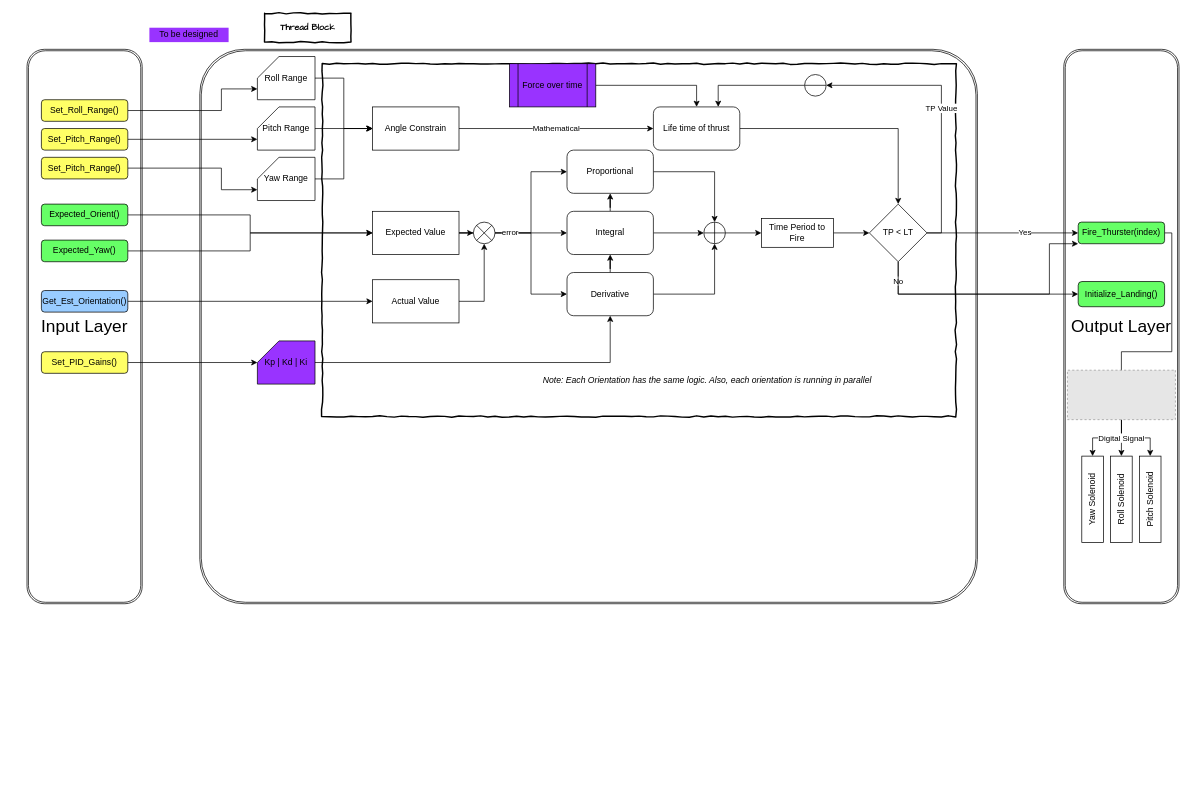
Above: page "ACS Controller Library" (4 of 7) of Documentation/Leapfrog_Architecture.drawio in antarikshnarain/ArtemisLeapFrog (draw.io), before the change. Source tidied: cells renumbered, new cells numbered last; positions are measured from the earlier drawing's top-left corner, leaving out a move shared by most shapes. Both pictures are drawn from the tidied source at 72%, with x=0, y=0 at pixel (27, 13). Pictures stored in the file or linked from it are replaced by grey dashed boxes.
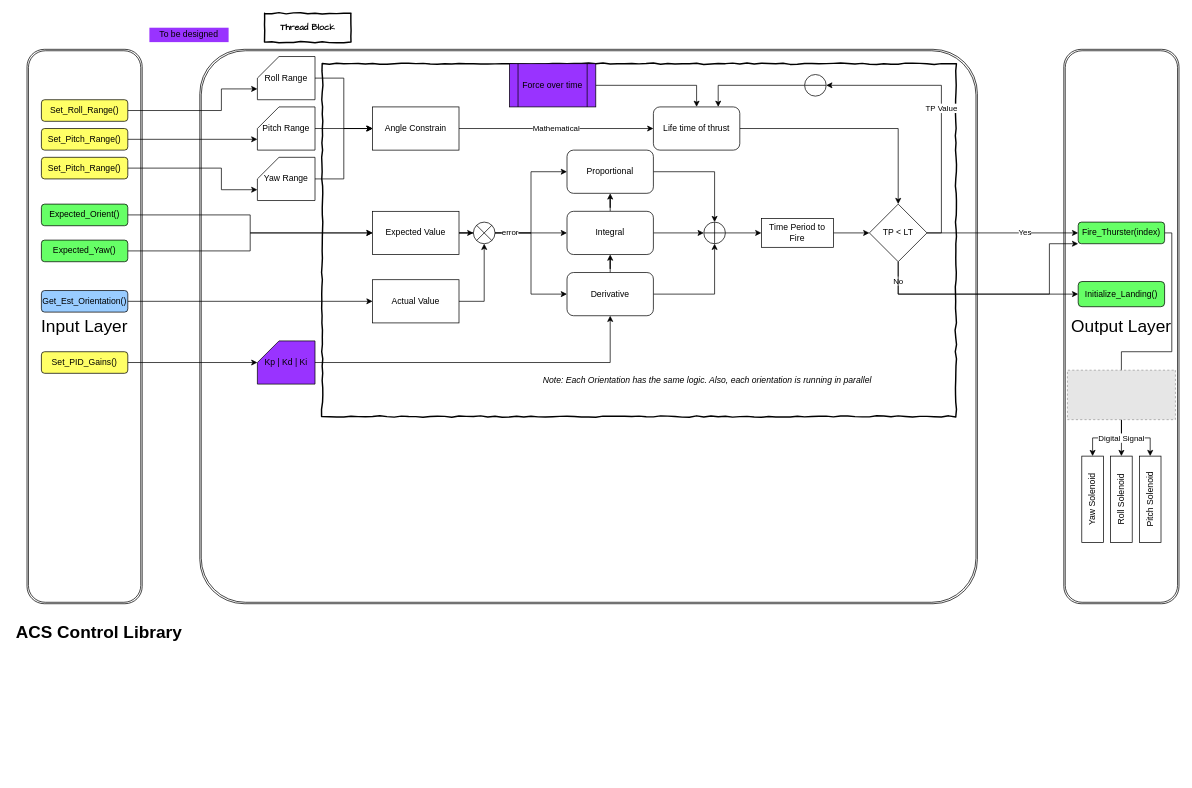
The same diagram, later.

The edit, as a diff of the source:
```diff
@@
+    <mxCell id="74" value="&lt;h1&gt;ACS Control Library&lt;/h1&gt;&lt;p&gt;&lt;/p&gt;" style="text;html=1;strokeColor=none;fillColor=none;spacing=5;spacingTop=-20;whiteSpace=wrap;overflow=hidden;rounded=0;" parent="1" vertex="1">
+      <mxGeometry x="-20" y="840" width="280" height="220" as="geometry" />
+    </mxCell>
```
